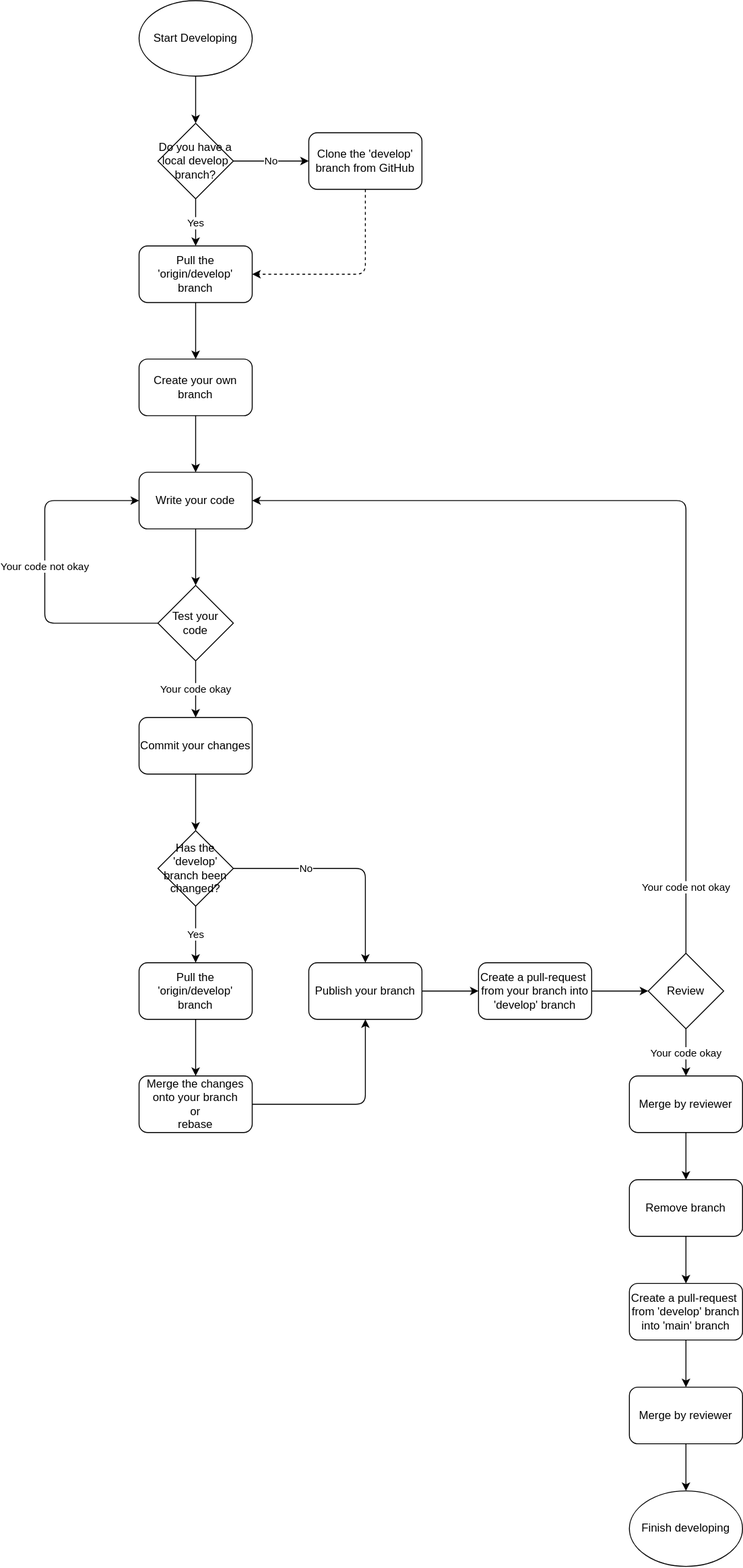
Before: docs/workflow.drawio.svg, a diagram exported from draw.io (ysugiarto/atmi-plusminus). Source tidied: cells renumbered, new cells last; positions are measured from the earlier drawing's top-left corner, leaving out a move shared by most shapes.
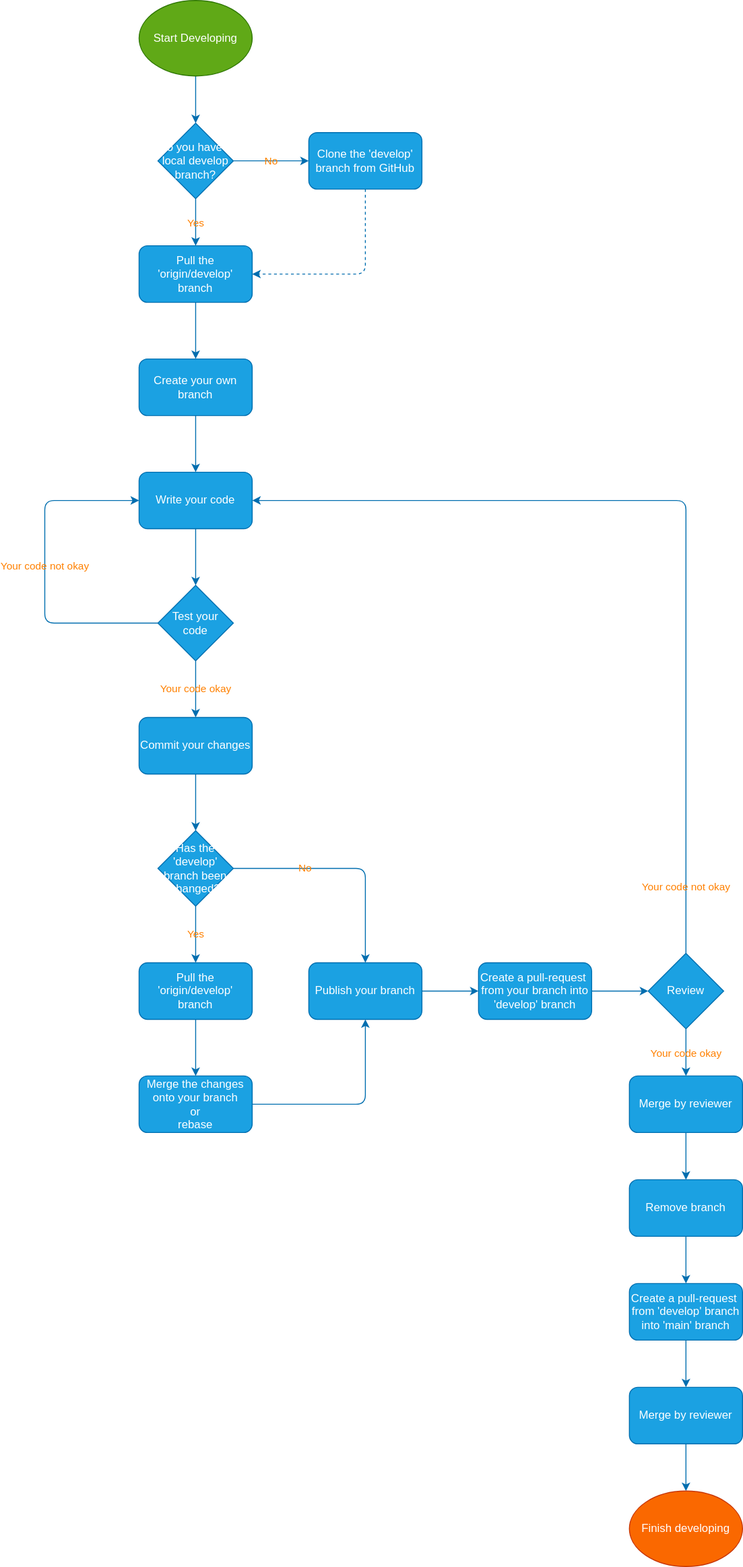
Above is the later version.

Diff of the diagram source:
```diff
@@ -2,50 +2,50 @@
   <root>
     <mxCell id="0" />
     <mxCell id="1" parent="0" />
-    <mxCell id="2" style="edgeStyle=none;html=1;entryX=0.5;entryY=0;entryDx=0;entryDy=0;" parent="1" edge="1" source="3" target="6">
+    <mxCell id="2" style="edgeStyle=none;html=1;entryX=0.5;entryY=0;entryDx=0;entryDy=0;fillColor=#1ba1e2;strokeColor=#006EAF;" parent="1" edge="1" source="3" target="6">
       <mxGeometry relative="1" as="geometry" />
     </mxCell>
-    <mxCell id="3" value="Start Developing" style="ellipse;whiteSpace=wrap;html=1;" parent="1" vertex="1">
+    <mxCell id="3" value="Start Developing" style="ellipse;whiteSpace=wrap;html=1;fillColor=#60a917;fontColor=#ffffff;strokeColor=#2D7600;" parent="1" vertex="1">
       <mxGeometry x="100" width="120" height="80" as="geometry" />
     </mxCell>
-    <mxCell id="4" value="Yes" style="edgeStyle=none;html=1;entryX=0.5;entryY=0;entryDx=0;entryDy=0;" parent="1" edge="1" source="6" target="10">
+    <mxCell id="4" value="Yes" style="edgeStyle=none;html=1;entryX=0.5;entryY=0;entryDx=0;entryDy=0;fillColor=#1ba1e2;strokeColor=#006EAF;labelBackgroundColor=none;fontColor=#FF8000;" parent="1" edge="1" source="6" target="10">
       <mxGeometry relative="1" as="geometry" />
     </mxCell>
-    <mxCell id="5" value="No" style="edgeStyle=none;html=1;" parent="1" edge="1" source="6" target="8">
+    <mxCell id="5" value="No" style="edgeStyle=none;html=1;fillColor=#1ba1e2;strokeColor=#006EAF;labelBackgroundColor=none;fontColor=#FF8000;" parent="1" edge="1" source="6" target="8">
       <mxGeometry relative="1" as="geometry" />
     </mxCell>
-    <mxCell id="6" value="Do you have a local develop branch?" style="rhombus;whiteSpace=wrap;html=1;" parent="1" vertex="1">
+    <mxCell id="6" value="Do you have a local develop branch?" style="rhombus;whiteSpace=wrap;html=1;fillColor=#1ba1e2;fontColor=#ffffff;strokeColor=#006EAF;" parent="1" vertex="1">
       <mxGeometry x="120" y="130" width="80" height="80" as="geometry" />
     </mxCell>
-    <mxCell id="7" style="edgeStyle=orthogonalEdgeStyle;html=1;entryX=1;entryY=0.5;entryDx=0;entryDy=0;dashed=1;" parent="1" edge="1" source="8" target="10">
+    <mxCell id="7" style="edgeStyle=orthogonalEdgeStyle;html=1;entryX=1;entryY=0.5;entryDx=0;entryDy=0;dashed=1;fillColor=#1ba1e2;strokeColor=#006EAF;" parent="1" edge="1" source="8" target="10">
       <mxGeometry relative="1" as="geometry">
         <Array as="points">
           <mxPoint x="340" y="290" />
         </Array>
       </mxGeometry>
     </mxCell>
-    <mxCell id="8" value="Clone the 'develop' branch from GitHub" style="rounded=1;whiteSpace=wrap;html=1;" parent="1" vertex="1">
+    <mxCell id="8" value="Clone the 'develop' branch from GitHub" style="rounded=1;whiteSpace=wrap;html=1;fillColor=#1ba1e2;fontColor=#ffffff;strokeColor=#006EAF;" parent="1" vertex="1">
       <mxGeometry x="280" y="140" width="120" height="60" as="geometry" />
     </mxCell>
-    <mxCell id="9" style="edgeStyle=orthogonalEdgeStyle;html=1;" parent="1" edge="1" source="10" target="12">
+    <mxCell id="9" style="edgeStyle=orthogonalEdgeStyle;html=1;fillColor=#1ba1e2;strokeColor=#006EAF;" parent="1" edge="1" source="10" target="12">
       <mxGeometry relative="1" as="geometry" />
     </mxCell>
-    <mxCell id="10" value="Pull the 'origin/develop' branch" style="rounded=1;whiteSpace=wrap;html=1;" parent="1" vertex="1">
+    <mxCell id="10" value="Pull the 'origin/develop' branch" style="rounded=1;whiteSpace=wrap;html=1;fillColor=#1ba1e2;fontColor=#ffffff;strokeColor=#006EAF;" parent="1" vertex="1">
       <mxGeometry x="100" y="260" width="120" height="60" as="geometry" />
     </mxCell>
-    <mxCell id="11" style="edgeStyle=orthogonalEdgeStyle;html=1;entryX=0.5;entryY=0;entryDx=0;entryDy=0;" parent="1" edge="1" source="12" target="14">
+    <mxCell id="11" style="edgeStyle=orthogonalEdgeStyle;html=1;entryX=0.5;entryY=0;entryDx=0;entryDy=0;fillColor=#1ba1e2;strokeColor=#006EAF;" parent="1" edge="1" source="12" target="14">
       <mxGeometry relative="1" as="geometry" />
     </mxCell>
-    <mxCell id="12" value="Create your own branch" style="rounded=1;whiteSpace=wrap;html=1;" parent="1" vertex="1">
+    <mxCell id="12" value="Create your own branch" style="rounded=1;whiteSpace=wrap;html=1;fillColor=#1ba1e2;fontColor=#ffffff;strokeColor=#006EAF;" parent="1" vertex="1">
       <mxGeometry x="100" y="380" width="120" height="60" as="geometry" />
     </mxCell>
-    <mxCell id="13" style="edgeStyle=orthogonalEdgeStyle;html=1;entryX=0.5;entryY=0;entryDx=0;entryDy=0;" parent="1" edge="1" source="14" target="17">
+    <mxCell id="13" style="edgeStyle=orthogonalEdgeStyle;html=1;entryX=0.5;entryY=0;entryDx=0;entryDy=0;fillColor=#1ba1e2;strokeColor=#006EAF;" parent="1" edge="1" source="14" target="17">
       <mxGeometry relative="1" as="geometry" />
     </mxCell>
-    <mxCell id="14" value="Write your code" style="rounded=1;whiteSpace=wrap;html=1;" parent="1" vertex="1">
+    <mxCell id="14" value="Write your code" style="rounded=1;whiteSpace=wrap;html=1;fillColor=#1ba1e2;fontColor=#ffffff;strokeColor=#006EAF;" parent="1" vertex="1">
       <mxGeometry x="100" y="500" width="120" height="60" as="geometry" />
     </mxCell>
-    <mxCell id="15" value="Your code not okay" style="edgeStyle=orthogonalEdgeStyle;html=1;entryX=0;entryY=0.5;entryDx=0;entryDy=0;" parent="1" edge="1" source="17" target="14">
+    <mxCell id="15" value="Your code not okay" style="edgeStyle=orthogonalEdgeStyle;html=1;entryX=0;entryY=0.5;entryDx=0;entryDy=0;fillColor=#1ba1e2;strokeColor=#006EAF;labelBackgroundColor=none;fontColor=#FF8000;" parent="1" edge="1" source="17" target="14">
       <mxGeometry x="0.03" relative="1" as="geometry">
         <Array as="points">
           <mxPoint y="660" />
@@ -53,7 +53,7 @@
         </Array>
       </mxGeometry>
     </mxCell>
-    <mxCell id="16" value="Your code okay" style="edgeStyle=orthogonalEdgeStyle;html=1;entryX=0.5;entryY=0;entryDx=0;entryDy=0;" parent="1" edge="1" source="17" target="19">
+    <mxCell id="16" value="Your code okay" style="edgeStyle=orthogonalEdgeStyle;html=1;entryX=0.5;entryY=0;entryDx=0;entryDy=0;fillColor=#1ba1e2;strokeColor=#006EAF;labelBackgroundColor=none;fontColor=#FF8000;" parent="1" edge="1" source="17" target="19">
       <mxGeometry relative="1" as="geometry">
         <Array as="points">
           <mxPoint x="160" y="760" />
@@ -61,86 +61,86 @@
         </Array>
       </mxGeometry>
     </mxCell>
-    <mxCell id="17" value="Test your code" style="rhombus;whiteSpace=wrap;html=1;" parent="1" vertex="1">
+    <mxCell id="17" value="Test your code" style="rhombus;whiteSpace=wrap;html=1;fillColor=#1ba1e2;fontColor=#ffffff;strokeColor=#006EAF;" parent="1" vertex="1">
       <mxGeometry x="120" y="620" width="80" height="80" as="geometry" />
     </mxCell>
-    <mxCell id="18" style="edgeStyle=orthogonalEdgeStyle;html=1;entryX=0.5;entryY=0;entryDx=0;entryDy=0;" parent="1" edge="1" source="19" target="24">
+    <mxCell id="18" style="edgeStyle=orthogonalEdgeStyle;html=1;entryX=0.5;entryY=0;entryDx=0;entryDy=0;fillColor=#1ba1e2;strokeColor=#006EAF;" parent="1" edge="1" source="19" target="24">
       <mxGeometry relative="1" as="geometry" />
     </mxCell>
-    <mxCell id="19" value="Commit your changes" style="rounded=1;whiteSpace=wrap;html=1;" parent="1" vertex="1">
+    <mxCell id="19" value="Commit your changes" style="rounded=1;whiteSpace=wrap;html=1;fillColor=#1ba1e2;fontColor=#ffffff;strokeColor=#006EAF;" parent="1" vertex="1">
       <mxGeometry x="100" y="760" width="120" height="60" as="geometry" />
     </mxCell>
-    <mxCell id="20" style="edgeStyle=orthogonalEdgeStyle;html=1;" parent="1" edge="1" source="21" target="30">
+    <mxCell id="20" style="edgeStyle=orthogonalEdgeStyle;html=1;fillColor=#1ba1e2;strokeColor=#006EAF;" parent="1" edge="1" source="21" target="30">
       <mxGeometry relative="1" as="geometry" />
     </mxCell>
-    <mxCell id="21" value="Publish your branch" style="rounded=1;whiteSpace=wrap;html=1;" parent="1" vertex="1">
+    <mxCell id="21" value="Publish your branch" style="rounded=1;whiteSpace=wrap;html=1;fillColor=#1ba1e2;fontColor=#ffffff;strokeColor=#006EAF;" parent="1" vertex="1">
       <mxGeometry x="280" y="1020" width="120" height="60" as="geometry" />
     </mxCell>
-    <mxCell id="22" value="No" style="edgeStyle=orthogonalEdgeStyle;html=1;" parent="1" edge="1" source="24" target="21">
+    <mxCell id="22" value="No" style="edgeStyle=orthogonalEdgeStyle;html=1;fillColor=#1ba1e2;strokeColor=#006EAF;labelBackgroundColor=none;fontColor=#FF8000;" parent="1" edge="1" source="24" target="21">
       <mxGeometry x="-0.36" relative="1" as="geometry" />
     </mxCell>
-    <mxCell id="23" value="Yes" style="edgeStyle=orthogonalEdgeStyle;html=1;" parent="1" edge="1" source="24" target="26">
+    <mxCell id="23" value="Yes" style="edgeStyle=orthogonalEdgeStyle;html=1;fillColor=#1ba1e2;strokeColor=#006EAF;labelBackgroundColor=none;fontColor=#FF8000;" parent="1" edge="1" source="24" target="26">
       <mxGeometry relative="1" as="geometry" />
     </mxCell>
-    <mxCell id="24" value="Has the 'develop' branch been changed?" style="rhombus;whiteSpace=wrap;html=1;" parent="1" vertex="1">
+    <mxCell id="24" value="Has the 'develop' branch been changed?" style="rhombus;whiteSpace=wrap;html=1;fillColor=#1ba1e2;fontColor=#ffffff;strokeColor=#006EAF;" parent="1" vertex="1">
       <mxGeometry x="120" y="880" width="80" height="80" as="geometry" />
     </mxCell>
-    <mxCell id="25" style="edgeStyle=orthogonalEdgeStyle;html=1;" parent="1" edge="1" source="26" target="28">
+    <mxCell id="25" style="edgeStyle=orthogonalEdgeStyle;html=1;fillColor=#1ba1e2;strokeColor=#006EAF;" parent="1" edge="1" source="26" target="28">
       <mxGeometry relative="1" as="geometry" />
     </mxCell>
-    <mxCell id="26" value="Pull the 'origin/develop' branch" style="rounded=1;whiteSpace=wrap;html=1;" parent="1" vertex="1">
+    <mxCell id="26" value="Pull the 'origin/develop' branch" style="rounded=1;whiteSpace=wrap;html=1;fillColor=#1ba1e2;fontColor=#ffffff;strokeColor=#006EAF;" parent="1" vertex="1">
       <mxGeometry x="100" y="1020" width="120" height="60" as="geometry" />
     </mxCell>
-    <mxCell id="27" style="edgeStyle=orthogonalEdgeStyle;html=1;entryX=0.5;entryY=1;entryDx=0;entryDy=0;" parent="1" edge="1" source="28" target="21">
+    <mxCell id="27" style="edgeStyle=orthogonalEdgeStyle;html=1;entryX=0.5;entryY=1;entryDx=0;entryDy=0;fillColor=#1ba1e2;strokeColor=#006EAF;" parent="1" edge="1" source="28" target="21">
       <mxGeometry relative="1" as="geometry" />
     </mxCell>
-    <mxCell id="28" value="Merge the changes onto your branch&lt;br&gt;or&lt;br&gt;rebase" style="rounded=1;whiteSpace=wrap;html=1;" parent="1" vertex="1">
+    <mxCell id="28" value="Merge the changes onto your branch&lt;br&gt;or&lt;br&gt;rebase" style="rounded=1;whiteSpace=wrap;html=1;fillColor=#1ba1e2;fontColor=#ffffff;strokeColor=#006EAF;" parent="1" vertex="1">
       <mxGeometry x="100" y="1140" width="120" height="60" as="geometry" />
     </mxCell>
-    <mxCell id="29" style="edgeStyle=orthogonalEdgeStyle;html=1;" parent="1" edge="1" source="30" target="35">
+    <mxCell id="29" style="edgeStyle=orthogonalEdgeStyle;html=1;fillColor=#1ba1e2;strokeColor=#006EAF;" parent="1" edge="1" source="30" target="35">
       <mxGeometry relative="1" as="geometry" />
     </mxCell>
-    <mxCell id="30" value="Create a pull-request&amp;nbsp; from your branch into 'develop' branch" style="rounded=1;whiteSpace=wrap;html=1;" parent="1" vertex="1">
+    <mxCell id="30" value="Create a pull-request&amp;nbsp; from your branch into 'develop' branch" style="rounded=1;whiteSpace=wrap;html=1;fillColor=#1ba1e2;fontColor=#ffffff;strokeColor=#006EAF;" parent="1" vertex="1">
       <mxGeometry x="460" y="1020" width="120" height="60" as="geometry" />
     </mxCell>
-    <mxCell id="31" style="edgeStyle=orthogonalEdgeStyle;html=1;" parent="1" edge="1" source="32" target="37">
+    <mxCell id="31" style="edgeStyle=orthogonalEdgeStyle;html=1;fillColor=#1ba1e2;strokeColor=#006EAF;" parent="1" edge="1" source="32" target="37">
       <mxGeometry relative="1" as="geometry" />
     </mxCell>
-    <mxCell id="32" value="Merge by reviewer" style="rounded=1;whiteSpace=wrap;html=1;" parent="1" vertex="1">
+    <mxCell id="32" value="Merge by reviewer" style="rounded=1;whiteSpace=wrap;html=1;fillColor=#1ba1e2;fontColor=#ffffff;strokeColor=#006EAF;" parent="1" vertex="1">
       <mxGeometry x="620" y="1140" width="120" height="60" as="geometry" />
     </mxCell>
-    <mxCell id="33" value="Your code not okay" style="edgeStyle=orthogonalEdgeStyle;html=1;entryX=1;entryY=0.5;entryDx=0;entryDy=0;" parent="1" edge="1" source="35" target="14">
+    <mxCell id="33" value="Your code not okay" style="edgeStyle=orthogonalEdgeStyle;html=1;entryX=1;entryY=0.5;entryDx=0;entryDy=0;fillColor=#1ba1e2;strokeColor=#006EAF;labelBackgroundColor=none;fontColor=#FF8000;" parent="1" edge="1" source="35" target="14">
       <mxGeometry x="-0.85" relative="1" as="geometry">
         <Array as="points">
           <mxPoint x="680" y="530" />
         </Array>
       </mxGeometry>
     </mxCell>
-    <mxCell id="34" value="Your code okay" style="edgeStyle=orthogonalEdgeStyle;html=1;" parent="1" edge="1" source="35" target="32">
+    <mxCell id="34" value="Your code okay" style="edgeStyle=orthogonalEdgeStyle;html=1;fillColor=#1ba1e2;strokeColor=#006EAF;labelBackgroundColor=none;fontColor=#FF8000;" parent="1" edge="1" source="35" target="32">
       <mxGeometry relative="1" as="geometry" />
     </mxCell>
-    <mxCell id="35" value="Review" style="rhombus;whiteSpace=wrap;html=1;" parent="1" vertex="1">
+    <mxCell id="35" value="Review" style="rhombus;whiteSpace=wrap;html=1;fillColor=#1ba1e2;fontColor=#ffffff;strokeColor=#006EAF;" parent="1" vertex="1">
       <mxGeometry x="640" y="1010" width="80" height="80" as="geometry" />
     </mxCell>
-    <mxCell id="36" style="edgeStyle=orthogonalEdgeStyle;html=1;" parent="1" edge="1" source="37" target="39">
+    <mxCell id="36" style="edgeStyle=orthogonalEdgeStyle;html=1;fillColor=#1ba1e2;strokeColor=#006EAF;" parent="1" edge="1" source="37" target="39">
       <mxGeometry relative="1" as="geometry" />
     </mxCell>
-    <mxCell id="37" value="Remove branch" style="rounded=1;whiteSpace=wrap;html=1;" parent="1" vertex="1">
+    <mxCell id="37" value="Remove branch" style="rounded=1;whiteSpace=wrap;html=1;fillColor=#1ba1e2;fontColor=#ffffff;strokeColor=#006EAF;" parent="1" vertex="1">
       <mxGeometry x="620" y="1250" width="120" height="60" as="geometry" />
     </mxCell>
-    <mxCell id="38" style="edgeStyle=orthogonalEdgeStyle;html=1;" parent="1" edge="1" source="39" target="41">
+    <mxCell id="38" style="edgeStyle=orthogonalEdgeStyle;html=1;fillColor=#1ba1e2;strokeColor=#006EAF;" parent="1" edge="1" source="39" target="41">
       <mxGeometry relative="1" as="geometry" />
     </mxCell>
-    <mxCell id="39" value="Create a pull-request&amp;nbsp; from 'develop' branch into 'main' branch" style="rounded=1;whiteSpace=wrap;html=1;" parent="1" vertex="1">
+    <mxCell id="39" value="Create a pull-request&amp;nbsp; from 'develop' branch into 'main' branch" style="rounded=1;whiteSpace=wrap;html=1;fillColor=#1ba1e2;fontColor=#ffffff;strokeColor=#006EAF;" parent="1" vertex="1">
       <mxGeometry x="620" y="1360" width="120" height="60" as="geometry" />
     </mxCell>
-    <mxCell id="40" style="edgeStyle=orthogonalEdgeStyle;html=1;" parent="1" edge="1" source="41" target="42">
+    <mxCell id="40" style="edgeStyle=orthogonalEdgeStyle;html=1;fillColor=#1ba1e2;strokeColor=#006EAF;" parent="1" edge="1" source="41" target="42">
       <mxGeometry relative="1" as="geometry" />
     </mxCell>
-    <mxCell id="41" value="Merge by reviewer" style="rounded=1;whiteSpace=wrap;html=1;" parent="1" vertex="1">
+    <mxCell id="41" value="Merge by reviewer" style="rounded=1;whiteSpace=wrap;html=1;fillColor=#1ba1e2;fontColor=#ffffff;strokeColor=#006EAF;" parent="1" vertex="1">
       <mxGeometry x="620" y="1470" width="120" height="60" as="geometry" />
     </mxCell>
-    <mxCell id="42" value="Finish developing" style="ellipse;whiteSpace=wrap;html=1;" parent="1" vertex="1">
+    <mxCell id="42" value="Finish developing" style="ellipse;whiteSpace=wrap;html=1;fillColor=#fa6800;fontColor=#FFFFFF;strokeColor=#C73500;" parent="1" vertex="1">
       <mxGeometry x="620" y="1580" width="120" height="80" as="geometry" />
     </mxCell>
   </root>
```
